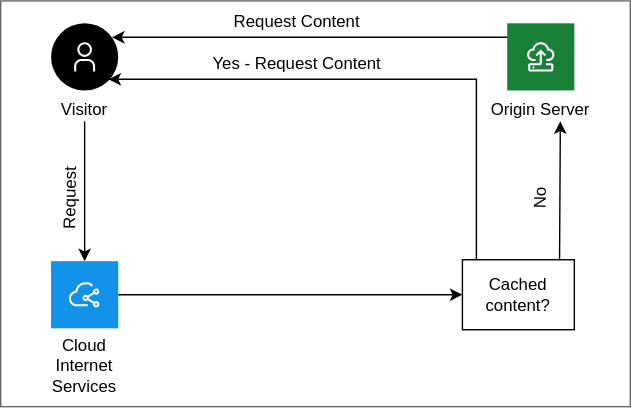
This is images/ddos-caching.svg from ibm-cloud-docs/cis, a draw.io export, as it was before one commit. Source tidied: cells renumbered, new cells last; positions are measured from the earlier drawing's top-left corner, leaving out a move shared by most shapes.
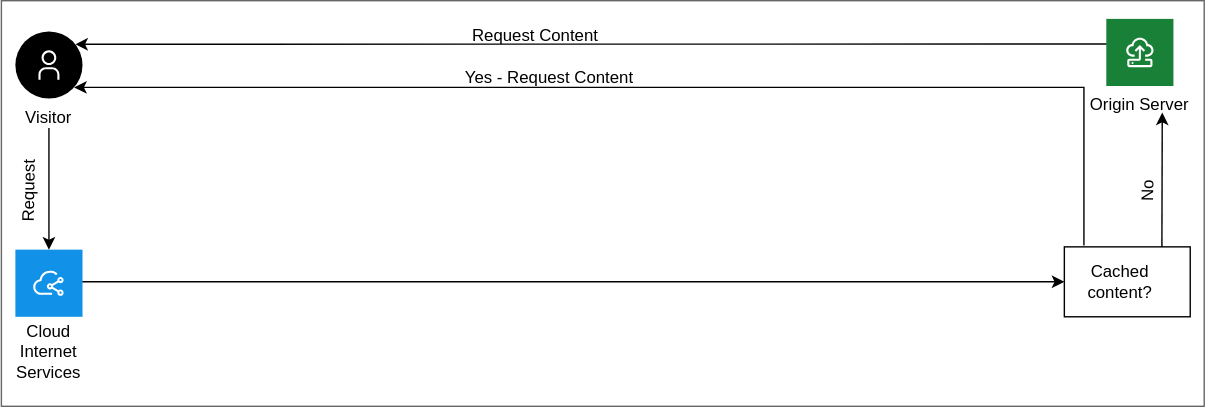
The same file after the commit.

Diff of the diagram source:
```diff
@@ -3,10 +3,10 @@
     <mxCell id="0" />
     <mxCell id="1" parent="0" />
     <mxCell id="2" style="rounded=0;whiteSpace=wrap;html=1;strokeColor=#666666;" parent="1" vertex="1">
-      <mxGeometry width="450" height="290" as="geometry" />
+      <mxGeometry x="-180" y="310" width="860" height="290" as="geometry" />
     </mxCell>
     <mxCell id="3" value="Visitor" style="shape=ellipse;fillColor=#000000;labelPosition=center;verticalLabelPosition=bottom;align=center;verticalAlign=top;strokeColor=none;fontSize=12;" parent="1" vertex="1">
-      <mxGeometry x="36" y="16" width="48" height="48" as="geometry" />
+      <mxGeometry x="-170" y="332" width="48" height="48" as="geometry" />
     </mxCell>
     <mxCell id="4" style="fillColor=#ffffff;strokeColor=none;dashed=0;html=1;labelPosition=center;verticalLabelPosition=bottom;verticalAlign=top;shape=mxgraph.ibm_cloud.user;" parent="3" vertex="1">
       <mxGeometry width="24" height="24" relative="1" as="geometry">
@@ -14,7 +14,7 @@
       </mxGeometry>
     </mxCell>
     <mxCell id="5" value="Origin Server&#10;" style="shape=rect;fillColor=#198038;labelPosition=center;verticalLabelPosition=bottom;align=center;verticalAlign=top;strokeColor=none;fontSize=12;" parent="1" vertex="1">
-      <mxGeometry x="362" y="16" width="48" height="48" as="geometry" />
+      <mxGeometry x="610" y="323" width="48" height="48" as="geometry" />
     </mxCell>
     <mxCell id="6" style="fillColor=#ffffff;strokeColor=none;dashed=0;html=1;labelPosition=center;verticalLabelPosition=bottom;verticalAlign=top;shape=mxgraph.ibm_cloud.ibm-cloud--virtual-server-classic;" parent="5" vertex="1">
       <mxGeometry width="24" height="24" relative="1" as="geometry">
@@ -22,16 +22,16 @@
       </mxGeometry>
     </mxCell>
     <mxCell id="7" value="Request" style="text;html=1;align=center;verticalAlign=middle;whiteSpace=wrap;rounded=0;rotation=-89;" parent="1" vertex="1">
-      <mxGeometry x="20" y="126" width="60" height="30" as="geometry" />
+      <mxGeometry x="-190" y="431" width="60" height="30" as="geometry" />
     </mxCell>
     <mxCell id="8" style="rounded=0;whiteSpace=wrap;html=1;" parent="1" vertex="1">
-      <mxGeometry x="330" y="185" width="80" height="50" as="geometry" />
+      <mxGeometry x="580" y="486" width="90" height="50" as="geometry" />
     </mxCell>
     <mxCell id="9" value="Cached&lt;div&gt;content?&lt;/div&gt;" style="text;html=1;align=center;verticalAlign=middle;whiteSpace=wrap;rounded=0;" parent="1" vertex="1">
-      <mxGeometry x="340" y="195" width="60" height="30" as="geometry" />
+      <mxGeometry x="590" y="496" width="60" height="30" as="geometry" />
     </mxCell>
     <mxCell id="10" style="shape=rect;fillColor=#1192E8;labelPosition=center;verticalLabelPosition=bottom;align=center;verticalAlign=top;strokeColor=none;fontSize=14;" parent="1" vertex="1">
-      <mxGeometry x="36" y="186" width="48" height="48" as="geometry" />
+      <mxGeometry x="-170" y="488" width="48" height="48" as="geometry" />
     </mxCell>
     <mxCell id="11" style="fillColor=#ffffff;strokeColor=none;dashed=0;html=1;labelPosition=center;verticalLabelPosition=bottom;verticalAlign=top;shape=mxgraph.ibm_cloud.ibm-cloud--internet-services;" parent="10" vertex="1">
       <mxGeometry width="24" height="24" relative="1" as="geometry">
@@ -39,48 +39,41 @@
       </mxGeometry>
     </mxCell>
     <mxCell id="12" value="Cloud&lt;div&gt;Internet&lt;/div&gt;&lt;div&gt;Services&lt;/div&gt;" style="text;html=1;align=center;verticalAlign=middle;whiteSpace=wrap;rounded=0;" parent="1" vertex="1">
-      <mxGeometry x="30" y="246" width="60" height="30" as="geometry" />
+      <mxGeometry x="-176" y="546" width="60" height="30" as="geometry" />
     </mxCell>
     <mxCell id="13" style="endArrow=classic;html=1;rounded=0;entryX=0.5;entryY=0;entryDx=0;entryDy=0;" parent="1" edge="1" target="10">
       <mxGeometry relative="1" as="geometry">
-        <mxPoint x="60" y="86" as="sourcePoint" />
+        <mxPoint x="-146" y="401" as="sourcePoint" />
       </mxGeometry>
     </mxCell>
-    <mxCell id="14" style="endArrow=classic;html=1;rounded=0;exitX=1;exitY=0.5;exitDx=0;exitDy=0;" parent="1" edge="1" source="10">
-      <mxGeometry relative="1" as="geometry">
-        <mxPoint x="330" y="210" as="targetPoint" />
-        <Array as="points">
-          <mxPoint x="330" y="210" />
-        </Array>
-      </mxGeometry>
-    </mxCell>
-    <mxCell id="15" style="endArrow=classic;html=1;rounded=0;exitX=0.868;exitY=0.002;exitDx=0;exitDy=0;exitPerimeter=0;" parent="1" edge="1" source="8">
+    <mxCell id="15" style="endArrow=classic;html=1;rounded=0;exitX=0.775;exitY=0.003;exitDx=0;exitDy=0;exitPerimeter=0;" parent="1" edge="1" source="8">
       <mxGeometry relative="1" as="geometry">
-        <mxPoint x="400" y="86" as="targetPoint" />
+        <mxPoint x="650" y="390" as="targetPoint" />
       </mxGeometry>
     </mxCell>
     <mxCell id="16" value="No" style="text;html=1;align=center;verticalAlign=middle;whiteSpace=wrap;rounded=0;rotation=-89;" parent="1" vertex="1">
-      <mxGeometry x="356" y="126" width="60" height="30" as="geometry" />
+      <mxGeometry x="610" y="431" width="60" height="30" as="geometry" />
     </mxCell>
     <mxCell id="17" style="edgeStyle=elbowEdgeStyle;rounded=0;elbow=vertical;html=1;labelBackgroundColor=#ffffff;endArrow=classic;endFill=1;endSize=6;jettySize=auto;orthogonalLoop=1;strokeWidth=1;fontSize=14;" parent="1" edge="1">
       <mxGeometry relative="1" as="geometry">
-        <mxPoint x="340" y="185" as="sourcePoint" />
-        <mxPoint x="77" y="56" as="targetPoint" />
+        <mxPoint x="594" y="485" as="sourcePoint" />
+        <mxPoint x="-128" y="372" as="targetPoint" />
         <Array as="points">
-          <mxPoint x="230" y="56" />
+          <mxPoint x="225" y="372" />
         </Array>
       </mxGeometry>
     </mxCell>
-    <mxCell id="18" style="html=1;labelBackgroundColor=#ffffff;endArrow=classic;endFill=1;endSize=6;jettySize=auto;strokeWidth=1;fontSize=14;rounded=0;entryX=0.907;entryY=0.208;entryDx=0;entryDy=0;entryPerimeter=0;" parent="1" edge="1" target="3">
-      <mxGeometry relative="1" as="geometry">
-        <mxPoint x="362" y="26" as="sourcePoint" />
-      </mxGeometry>
+    <mxCell id="18" style="html=1;labelBackgroundColor=#ffffff;endArrow=classic;endFill=1;endSize=6;jettySize=auto;strokeWidth=1;fontSize=14;rounded=0;entryX=0.893;entryY=0.191;entryDx=0;entryDy=0;entryPerimeter=0;exitX=0.002;exitY=0.374;exitDx=0;exitDy=0;exitPerimeter=0;" parent="1" edge="1" source="5" target="3">
+      <mxGeometry relative="1" as="geometry" />
     </mxCell>
     <mxCell id="19" value="Request Content" style="text;html=1;align=center;verticalAlign=middle;whiteSpace=wrap;rounded=0;rotation=0;" parent="1" vertex="1">
-      <mxGeometry x="160" width="104.5" height="30" as="geometry" />
+      <mxGeometry x="150" y="320" width="104.5" height="30" as="geometry" />
     </mxCell>
     <mxCell id="20" value="Yes - Request Content" style="text;html=1;align=center;verticalAlign=middle;whiteSpace=wrap;rounded=0;rotation=0;" parent="1" vertex="1">
-      <mxGeometry x="147.2" y="30" width="130" height="30" as="geometry" />
+      <mxGeometry x="147.2" y="350" width="130" height="30" as="geometry" />
     </mxCell>
+    <mxCell id="21" style="html=1;labelBackgroundColor=#ffffff;endArrow=classic;endFill=1;endSize=6;jettySize=auto;strokeWidth=1;fontSize=14;rounded=0;exitX=0.998;exitY=0.478;exitDx=0;exitDy=0;entryX=0;entryY=0.5;entryDx=0;entryDy=0;exitPerimeter=0;" parent="1" edge="1" source="10" target="8">
+      <mxGeometry relative="1" as="geometry" />
+    </mxCell>
   </root>
 </mxGraphModel>
```
